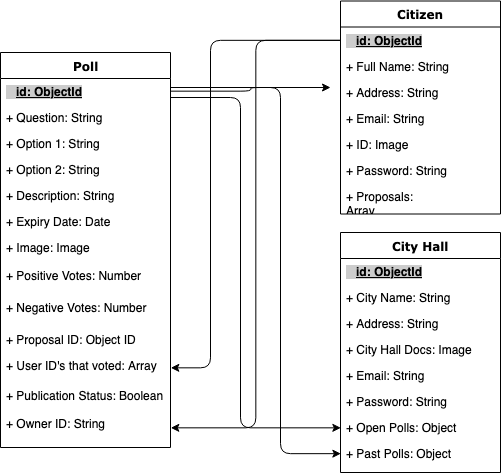
Earlier version of the draw.io export staff/lluis-agusti/democratum/doc/images/data-model.png (b00tc4mp/skylab-bootcamp-201907). Source tidied: cells renumbered, new cells last; positions are measured from the earlier drawing's top-left corner, leaving out a move shared by most shapes.
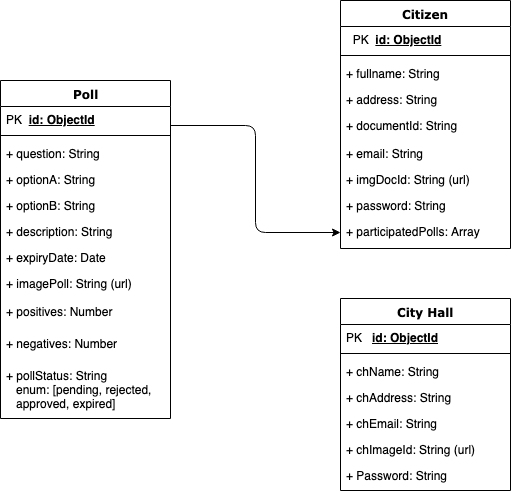
Above is the later version.

Commit message:
update data model

The edit, as a diff of the source:
```diff
@@ -3,128 +3,99 @@
     <mxCell id="0" />
     <mxCell id="1" parent="0" />
     <mxCell id="2" value="Citizen" style="swimlane;html=1;fontStyle=1;align=center;verticalAlign=top;horizontal=1;startSize=26;swimlaneFillColor=#ffffff;rounded=0;shadow=0;comic=0;labelBackgroundColor=none;strokeColor=#000000;strokeWidth=1;fillColor=none;fontFamily=Verdana;fontSize=12;fontColor=#000000;" parent="1" vertex="1">
-      <mxGeometry x="340" y="-0.5" width="160" height="213" as="geometry" />
+      <mxGeometry x="340" y="-29" width="170" height="248" as="geometry" />
     </mxCell>
-    <mxCell id="3" value="&amp;nbsp; &amp;nbsp;&lt;b&gt;&lt;u&gt;id: ObjectId&lt;/u&gt;&lt;/b&gt;" style="text;html=1;strokeColor=none;fillColor=none;align=left;verticalAlign=top;spacingLeft=4;spacingRight=4;whiteSpace=wrap;overflow=hidden;points=[[0,0.5],[1,0.5]];portConstraint=eastwest;rounded=0;labelBackgroundColor=#CCCCCC;" parent="2" vertex="1">
-      <mxGeometry y="26" width="160" height="26" as="geometry" />
+    <mxCell id="3" value="&lt;span style=&quot;background-color: rgb(255 , 255 , 255)&quot;&gt;&amp;nbsp; PK&amp;nbsp;&amp;nbsp;&lt;b&gt;&lt;u&gt;id: ObjectId&lt;/u&gt;&lt;/b&gt;&lt;/span&gt;" style="text;html=1;strokeColor=none;fillColor=none;align=left;verticalAlign=top;spacingLeft=4;spacingRight=4;whiteSpace=wrap;overflow=hidden;points=[[0,0.5],[1,0.5]];portConstraint=eastwest;rounded=0;labelBackgroundColor=#CCCCCC;" parent="2" vertex="1">
+      <mxGeometry y="26" width="170" height="24" as="geometry" />
     </mxCell>
+    <mxCell id="38" style="line;strokeWidth=1;html=1;perimeter=backbonePerimeter;" parent="2" vertex="1">
+      <mxGeometry y="50" width="170" height="10" as="geometry" />
+    </mxCell>
-    <mxCell id="4" value="+ Full Name: String" style="text;html=1;strokeColor=none;fillColor=none;align=left;verticalAlign=top;spacingLeft=4;spacingRight=4;whiteSpace=wrap;overflow=hidden;" parent="2" vertex="1">
-      <mxGeometry y="52" width="160" height="26" as="geometry" />
+    <mxCell id="4" value="+ fullname: String" style="text;html=1;strokeColor=none;fillColor=none;align=left;verticalAlign=top;spacingLeft=4;spacingRight=4;whiteSpace=wrap;overflow=hidden;" parent="2" vertex="1">
+      <mxGeometry y="60" width="170" height="26" as="geometry" />
     </mxCell>
-    <mxCell id="5" value="+ Address: String" style="text;html=1;strokeColor=none;fillColor=none;align=left;verticalAlign=top;spacingLeft=4;spacingRight=4;whiteSpace=wrap;overflow=hidden;" parent="2" vertex="1">
-      <mxGeometry y="78" width="160" height="26" as="geometry" />
+    <mxCell id="5" value="+ address: String" style="text;html=1;strokeColor=none;fillColor=none;align=left;verticalAlign=top;spacingLeft=4;spacingRight=4;whiteSpace=wrap;overflow=hidden;" parent="2" vertex="1">
+      <mxGeometry y="86" width="170" height="26" as="geometry" />
     </mxCell>
+    <mxCell id="9" value="+ documentId: String" style="text;html=1;strokeColor=none;fillColor=none;align=left;verticalAlign=top;spacingLeft=4;spacingRight=4;whiteSpace=wrap;overflow=hidden;" parent="2" vertex="1">
+      <mxGeometry y="112" width="170" height="28" as="geometry" />
+    </mxCell>
-    <mxCell id="6" value="+ Email: String" style="text;html=1;strokeColor=none;fillColor=none;align=left;verticalAlign=top;spacingLeft=4;spacingRight=4;whiteSpace=wrap;overflow=hidden;" parent="2" vertex="1">
-      <mxGeometry y="104" width="160" height="26" as="geometry" />
+    <mxCell id="6" value="+ email: String" style="text;html=1;strokeColor=none;fillColor=none;align=left;verticalAlign=top;spacingLeft=4;spacingRight=4;whiteSpace=wrap;overflow=hidden;" parent="2" vertex="1">
+      <mxGeometry y="140" width="170" height="26" as="geometry" />
     </mxCell>
-    <mxCell id="7" value="+ ID: Image" style="text;html=1;strokeColor=none;fillColor=none;align=left;verticalAlign=top;spacingLeft=4;spacingRight=4;whiteSpace=wrap;overflow=hidden;" parent="2" vertex="1">
-      <mxGeometry y="130" width="160" height="26" as="geometry" />
+    <mxCell id="7" value="+ imgDocId: String (url)" style="text;html=1;strokeColor=none;fillColor=none;align=left;verticalAlign=top;spacingLeft=4;spacingRight=4;whiteSpace=wrap;overflow=hidden;" parent="2" vertex="1">
+      <mxGeometry y="166" width="170" height="26" as="geometry" />
     </mxCell>
-    <mxCell id="8" value="+ Password: String" style="text;html=1;strokeColor=none;fillColor=none;align=left;verticalAlign=top;spacingLeft=4;spacingRight=4;whiteSpace=wrap;overflow=hidden;" parent="2" vertex="1">
-      <mxGeometry y="156" width="160" height="26" as="geometry" />
+    <mxCell id="8" value="+ password: String" style="text;html=1;strokeColor=none;fillColor=none;align=left;verticalAlign=top;spacingLeft=4;spacingRight=4;whiteSpace=wrap;overflow=hidden;" parent="2" vertex="1">
+      <mxGeometry y="192" width="170" height="26" as="geometry" />
     </mxCell>
-    <mxCell id="9" value="+ Proposals: Array" style="text;html=1;strokeColor=none;fillColor=none;align=left;verticalAlign=top;spacingLeft=4;spacingRight=4;whiteSpace=wrap;overflow=hidden;" parent="2" vertex="1">
-      <mxGeometry y="182" width="160" height="28" as="geometry" />
-    </mxCell>
+    <mxCell id="39" value="+ participatedPolls: Array" style="text;html=1;strokeColor=none;fillColor=none;align=left;verticalAlign=top;spacingLeft=4;spacingRight=4;whiteSpace=wrap;overflow=hidden;points=[[0,0.5],[1,0.5]];portConstraint=eastwest;" parent="2" vertex="1">
+      <mxGeometry y="218" width="170" height="28" as="geometry" />
+    </mxCell>
     <mxCell id="10" value="Poll" style="swimlane;html=1;fontStyle=1;align=center;verticalAlign=top;horizontal=1;startSize=26;swimlaneFillColor=#ffffff;rounded=0;shadow=0;comic=0;labelBackgroundColor=none;strokeColor=#000000;strokeWidth=1;fillColor=none;fontFamily=Verdana;fontSize=12;fontColor=#000000;" parent="1" vertex="1">
-      <mxGeometry y="51" width="170" height="395" as="geometry" />
+      <mxGeometry y="51" width="170" height="338" as="geometry" />
     </mxCell>
-    <mxCell id="11" value="&amp;nbsp; &amp;nbsp;&lt;b&gt;&lt;u&gt;id: ObjectId&lt;/u&gt;&lt;/b&gt;" style="text;html=1;strokeColor=none;fillColor=none;align=left;verticalAlign=top;spacingLeft=4;spacingRight=4;whiteSpace=wrap;overflow=hidden;points=[[0,0.5],[1,0.5]];portConstraint=eastwest;rounded=0;labelBackgroundColor=#CCCCCC;" parent="10" vertex="1">
-      <mxGeometry y="26" width="170" height="26" as="geometry" />
+    <mxCell id="11" value="&lt;span style=&quot;background-color: rgb(255 , 255 , 255)&quot;&gt;PK&amp;nbsp;&amp;nbsp;&lt;b&gt;&lt;u&gt;id: ObjectId&lt;/u&gt;&lt;/b&gt;&lt;/span&gt;" style="text;html=1;strokeColor=none;fillColor=none;align=left;verticalAlign=top;spacingLeft=4;spacingRight=4;whiteSpace=wrap;overflow=hidden;points=[[0,0.5],[1,0.5]];portConstraint=eastwest;rounded=0;labelBackgroundColor=#CCCCCC;" parent="10" vertex="1">
+      <mxGeometry y="26" width="170" height="24" as="geometry" />
     </mxCell>
+    <mxCell id="40" style="line;strokeWidth=1;html=1;perimeter=backbonePerimeter;" parent="10" vertex="1">
+      <mxGeometry y="50" width="170" height="10" as="geometry" />
+    </mxCell>
-    <mxCell id="12" value="+ Question: String" style="text;html=1;strokeColor=none;fillColor=none;align=left;verticalAlign=top;spacingLeft=4;spacingRight=4;whiteSpace=wrap;overflow=hidden;" parent="10" vertex="1">
-      <mxGeometry y="52" width="170" height="26" as="geometry" />
+    <mxCell id="12" value="+ question: String" style="text;html=1;strokeColor=none;fillColor=none;align=left;verticalAlign=top;spacingLeft=4;spacingRight=4;whiteSpace=wrap;overflow=hidden;" parent="10" vertex="1">
+      <mxGeometry y="60" width="170" height="26" as="geometry" />
     </mxCell>
-    <mxCell id="13" value="+ Option 1: String" style="text;html=1;strokeColor=none;fillColor=none;align=left;verticalAlign=top;spacingLeft=4;spacingRight=4;whiteSpace=wrap;overflow=hidden;" parent="10" vertex="1">
-      <mxGeometry y="78" width="170" height="26" as="geometry" />
+    <mxCell id="13" value="+ optionA: String" style="text;html=1;strokeColor=none;fillColor=none;align=left;verticalAlign=top;spacingLeft=4;spacingRight=4;whiteSpace=wrap;overflow=hidden;" parent="10" vertex="1">
+      <mxGeometry y="86" width="170" height="26" as="geometry" />
     </mxCell>
-    <mxCell id="14" value="+ Option 2: String" style="text;html=1;strokeColor=none;fillColor=none;align=left;verticalAlign=top;spacingLeft=4;spacingRight=4;whiteSpace=wrap;overflow=hidden;" parent="10" vertex="1">
-      <mxGeometry y="104" width="170" height="26" as="geometry" />
+    <mxCell id="14" value="+ optionB: String" style="text;html=1;strokeColor=none;fillColor=none;align=left;verticalAlign=top;spacingLeft=4;spacingRight=4;whiteSpace=wrap;overflow=hidden;" parent="10" vertex="1">
+      <mxGeometry y="112" width="170" height="26" as="geometry" />
     </mxCell>
-    <mxCell id="15" value="+ Description: String" style="text;html=1;strokeColor=none;fillColor=none;align=left;verticalAlign=top;spacingLeft=4;spacingRight=4;whiteSpace=wrap;overflow=hidden;" parent="10" vertex="1">
-      <mxGeometry y="130" width="170" height="26" as="geometry" />
+    <mxCell id="15" value="+ description: String" style="text;html=1;strokeColor=none;fillColor=none;align=left;verticalAlign=top;spacingLeft=4;spacingRight=4;whiteSpace=wrap;overflow=hidden;" parent="10" vertex="1">
+      <mxGeometry y="138" width="170" height="26" as="geometry" />
     </mxCell>
-    <mxCell id="16" value="+ Expiry Date: Date" style="text;html=1;strokeColor=none;fillColor=none;align=left;verticalAlign=top;spacingLeft=4;spacingRight=4;whiteSpace=wrap;overflow=hidden;" parent="10" vertex="1">
-      <mxGeometry y="156" width="170" height="26" as="geometry" />
+    <mxCell id="16" value="+ expiryDate: Date" style="text;html=1;strokeColor=none;fillColor=none;align=left;verticalAlign=top;spacingLeft=4;spacingRight=4;whiteSpace=wrap;overflow=hidden;" parent="10" vertex="1">
+      <mxGeometry y="164" width="170" height="26" as="geometry" />
     </mxCell>
-    <mxCell id="17" value="+ Image: Image" style="text;html=1;strokeColor=none;fillColor=none;align=left;verticalAlign=top;spacingLeft=4;spacingRight=4;whiteSpace=wrap;overflow=hidden;" parent="10" vertex="1">
-      <mxGeometry y="182" width="170" height="28" as="geometry" />
+    <mxCell id="17" value="+ imagePoll: String (url)" style="text;html=1;strokeColor=none;fillColor=none;align=left;verticalAlign=top;spacingLeft=4;spacingRight=4;whiteSpace=wrap;overflow=hidden;" parent="10" vertex="1">
+      <mxGeometry y="190" width="170" height="28" as="geometry" />
     </mxCell>
-    <mxCell id="18" value="+ Positive Votes: Number" style="text;html=1;strokeColor=none;fillColor=none;align=left;verticalAlign=top;spacingLeft=4;spacingRight=4;whiteSpace=wrap;overflow=hidden;" parent="10" vertex="1">
-      <mxGeometry y="210" width="170" height="32" as="geometry" />
+    <mxCell id="18" value="+ positives: Number" style="text;html=1;strokeColor=none;fillColor=none;align=left;verticalAlign=top;spacingLeft=4;spacingRight=4;whiteSpace=wrap;overflow=hidden;" parent="10" vertex="1">
+      <mxGeometry y="218" width="170" height="32" as="geometry" />
     </mxCell>
-    <mxCell id="19" value="+ Negative Votes: Number" style="text;html=1;strokeColor=none;fillColor=none;align=left;verticalAlign=top;spacingLeft=4;spacingRight=4;whiteSpace=wrap;overflow=hidden;" parent="10" vertex="1">
-      <mxGeometry y="242" width="170" height="32" as="geometry" />
+    <mxCell id="19" value="+ negatives: Number" style="text;html=1;strokeColor=none;fillColor=none;align=left;verticalAlign=top;spacingLeft=4;spacingRight=4;whiteSpace=wrap;overflow=hidden;" parent="10" vertex="1">
+      <mxGeometry y="250" width="170" height="32" as="geometry" />
     </mxCell>
-    <mxCell id="20" value="+ Proposal ID: Object ID" style="text;html=1;strokeColor=none;fillColor=none;align=left;verticalAlign=top;spacingLeft=4;spacingRight=4;whiteSpace=wrap;overflow=hidden;" parent="10" vertex="1">
-      <mxGeometry y="274" width="170" height="26" as="geometry" />
-    </mxCell>
-    <mxCell id="21" value="+ User ID's that voted: Array" style="text;html=1;strokeColor=none;fillColor=none;align=left;verticalAlign=top;spacingLeft=4;spacingRight=4;whiteSpace=wrap;overflow=hidden;points=[[0,0.5],[1,0.5]];portConstraint=eastwest;" parent="10" vertex="1">
-      <mxGeometry y="300" width="170" height="30" as="geometry" />
-    </mxCell>
-    <mxCell id="22" value="+ Publication Status: Boolean" style="text;html=1;strokeColor=none;fillColor=none;align=left;verticalAlign=top;spacingLeft=4;spacingRight=4;whiteSpace=wrap;overflow=hidden;" parent="10" vertex="1">
-      <mxGeometry y="330" width="170" height="28" as="geometry" />
+    <mxCell id="22" value="+ pollStatus: String&lt;br&gt;&amp;nbsp; &amp;nbsp;enum: [pending, rejected,&amp;nbsp; &amp;nbsp; &amp;nbsp; &amp;nbsp;approved, expired]" style="text;html=1;strokeColor=none;fillColor=none;align=left;verticalAlign=top;spacingLeft=4;spacingRight=4;whiteSpace=wrap;overflow=hidden;" parent="10" vertex="1">
+      <mxGeometry y="282" width="170" height="56" as="geometry" />
     </mxCell>
-    <mxCell id="23" value="+ Owner ID: String" style="text;html=1;strokeColor=none;fillColor=none;align=left;verticalAlign=top;spacingLeft=4;spacingRight=4;whiteSpace=wrap;overflow=hidden;points=[[0,0.5],[1,0.5]];portConstraint=eastwest;" parent="10" vertex="1">
-      <mxGeometry y="358" width="170" height="34" as="geometry" />
-    </mxCell>
     <mxCell id="24" value="City Hall" style="swimlane;html=1;fontStyle=1;align=center;verticalAlign=top;horizontal=1;startSize=26;swimlaneFillColor=#ffffff;rounded=0;shadow=0;comic=0;labelBackgroundColor=none;strokeColor=#000000;strokeWidth=1;fillColor=none;fontFamily=Verdana;fontSize=12;fontColor=#000000;" parent="1" vertex="1">
-      <mxGeometry x="340" y="231" width="160" height="240" as="geometry" />
+      <mxGeometry x="340" y="269" width="170" height="192" as="geometry" />
     </mxCell>
-    <mxCell id="25" value="&amp;nbsp; &amp;nbsp;&lt;b&gt;&lt;u&gt;id: ObjectId&lt;/u&gt;&lt;/b&gt;" style="text;html=1;strokeColor=none;fillColor=none;align=left;verticalAlign=top;spacingLeft=4;spacingRight=4;whiteSpace=wrap;overflow=hidden;rounded=0;labelBackgroundColor=#CCCCCC;" parent="24" vertex="1">
-      <mxGeometry y="26" width="160" height="26" as="geometry" />
+    <mxCell id="25" value="&lt;span style=&quot;background-color: rgb(255 , 255 , 255)&quot;&gt;PK&amp;nbsp; &amp;nbsp;&lt;b&gt;&lt;u&gt;id: ObjectId&lt;/u&gt;&lt;/b&gt;&lt;/span&gt;" style="text;html=1;strokeColor=none;fillColor=none;align=left;verticalAlign=top;spacingLeft=4;spacingRight=4;whiteSpace=wrap;overflow=hidden;rounded=0;labelBackgroundColor=#CCCCCC;" parent="24" vertex="1">
+      <mxGeometry y="26" width="170" height="24" as="geometry" />
     </mxCell>
+    <mxCell id="41" style="line;strokeWidth=1;html=1;perimeter=backbonePerimeter;" parent="24" vertex="1">
+      <mxGeometry y="50" width="170" height="10" as="geometry" />
+    </mxCell>
-    <mxCell id="26" value="+ City Name: String" style="text;html=1;strokeColor=none;fillColor=none;align=left;verticalAlign=top;spacingLeft=4;spacingRight=4;whiteSpace=wrap;overflow=hidden;" parent="24" vertex="1">
-      <mxGeometry y="52" width="160" height="26" as="geometry" />
+    <mxCell id="26" value="+ chName: String" style="text;html=1;strokeColor=none;fillColor=none;align=left;verticalAlign=top;spacingLeft=4;spacingRight=4;whiteSpace=wrap;overflow=hidden;" parent="24" vertex="1">
+      <mxGeometry y="60" width="170" height="26" as="geometry" />
     </mxCell>
-    <mxCell id="27" value="+ Address: String" style="text;html=1;strokeColor=none;fillColor=none;align=left;verticalAlign=top;spacingLeft=4;spacingRight=4;whiteSpace=wrap;overflow=hidden;" parent="24" vertex="1">
-      <mxGeometry y="78" width="160" height="26" as="geometry" />
+    <mxCell id="27" value="+ chAddress: String" style="text;html=1;strokeColor=none;fillColor=none;align=left;verticalAlign=top;spacingLeft=4;spacingRight=4;whiteSpace=wrap;overflow=hidden;" parent="24" vertex="1">
+      <mxGeometry y="86" width="170" height="26" as="geometry" />
     </mxCell>
+    <mxCell id="29" value="+ chEmail: String" style="text;html=1;strokeColor=none;fillColor=none;align=left;verticalAlign=top;spacingLeft=4;spacingRight=4;whiteSpace=wrap;overflow=hidden;" parent="24" vertex="1">
+      <mxGeometry y="112" width="170" height="26" as="geometry" />
+    </mxCell>
-    <mxCell id="28" value="+ City Hall Docs: Image" style="text;html=1;strokeColor=none;fillColor=none;align=left;verticalAlign=top;spacingLeft=4;spacingRight=4;whiteSpace=wrap;overflow=hidden;" parent="24" vertex="1">
-      <mxGeometry y="104" width="160" height="26" as="geometry" />
+    <mxCell id="28" value="+ chImageId: String (url)" style="text;html=1;strokeColor=none;fillColor=none;align=left;verticalAlign=top;spacingLeft=4;spacingRight=4;whiteSpace=wrap;overflow=hidden;" parent="24" vertex="1">
+      <mxGeometry y="138" width="170" height="26" as="geometry" />
     </mxCell>
-    <mxCell id="29" value="+ Email: String" style="text;html=1;strokeColor=none;fillColor=none;align=left;verticalAlign=top;spacingLeft=4;spacingRight=4;whiteSpace=wrap;overflow=hidden;" parent="24" vertex="1">
-      <mxGeometry y="130" width="160" height="26" as="geometry" />
-    </mxCell>
     <mxCell id="30" value="+ Password: String" style="text;html=1;strokeColor=none;fillColor=none;align=left;verticalAlign=top;spacingLeft=4;spacingRight=4;whiteSpace=wrap;overflow=hidden;" parent="24" vertex="1">
-      <mxGeometry y="156" width="160" height="26" as="geometry" />
+      <mxGeometry y="164" width="170" height="26" as="geometry" />
     </mxCell>
-    <mxCell id="31" value="+ Open Polls: Object" style="text;html=1;strokeColor=none;fillColor=none;align=left;verticalAlign=top;spacingLeft=4;spacingRight=4;whiteSpace=wrap;overflow=hidden;points=[[0,0.5],[1,0.5]];portConstraint=eastwest;" parent="24" vertex="1">
-      <mxGeometry y="182" width="160" height="26" as="geometry" />
-    </mxCell>
-    <mxCell id="32" value="+ Past Polls: Object" style="text;html=1;strokeColor=none;fillColor=none;align=left;verticalAlign=top;spacingLeft=4;spacingRight=4;whiteSpace=wrap;overflow=hidden;points=[[0,0.5],[1,0.5]];portConstraint=eastwest;" parent="24" vertex="1">
-      <mxGeometry y="208" width="160" height="26" as="geometry" />
-    </mxCell>
-    <mxCell id="33" style="edgeStyle=elbowEdgeStyle;elbow=horizontal;endArrow=classic;html=1;exitX=0;exitY=0.5;exitDx=0;exitDy=0;entryX=1;entryY=0.5;entryDx=0;entryDy=0;" parent="1" edge="1" source="3" target="23">
-      <mxGeometry relative="1" as="geometry" />
-    </mxCell>
-    <mxCell id="34" style="edgeStyle=elbowEdgeStyle;elbow=horizontal;endArrow=classic;html=1;entryX=1;entryY=0.5;entryDx=0;entryDy=0;exitX=0;exitY=0.5;exitDx=0;exitDy=0;" parent="1" edge="1" source="3" target="21">
-      <mxGeometry relative="1" as="geometry">
-        <Array as="points">
-          <mxPoint x="210" y="166" />
-        </Array>
-      </mxGeometry>
-    </mxCell>
-    <mxCell id="35" style="edgeStyle=elbowEdgeStyle;elbow=horizontal;endArrow=classic;html=1;exitX=1;exitY=0.5;exitDx=0;exitDy=0;" parent="1" edge="1" source="11">
-      <mxGeometry relative="1" as="geometry">
-        <mxPoint x="330" y="86" as="targetPoint" />
-      </mxGeometry>
-    </mxCell>
-    <mxCell id="36" style="edgeStyle=elbowEdgeStyle;elbow=horizontal;endArrow=classic;html=1;entryX=0;entryY=0.5;entryDx=0;entryDy=0;" parent="1" edge="1" target="31">
-      <mxGeometry relative="1" as="geometry">
-        <mxPoint x="170" y="96" as="sourcePoint" />
-        <Array as="points">
-          <mxPoint x="240" y="216" />
-        </Array>
-      </mxGeometry>
-    </mxCell>
-    <mxCell id="37" style="edgeStyle=elbowEdgeStyle;elbow=horizontal;endArrow=classic;html=1;entryX=0;entryY=0.5;entryDx=0;entryDy=0;" parent="1" edge="1" target="32">
-      <mxGeometry relative="1" as="geometry">
-        <mxPoint x="170" y="86" as="sourcePoint" />
-        <Array as="points">
-          <mxPoint x="280" y="296" />
-        </Array>
-      </mxGeometry>
-    </mxCell>
+    <mxCell id="42" style="edgeStyle=elbowEdgeStyle;elbow=horizontal;endArrow=classic;html=1;entryX=0;entryY=0.512;entryDx=0;entryDy=0;entryPerimeter=0;" parent="1" edge="1" target="39">
+      <mxGeometry relative="1" as="geometry">
+        <mxPoint x="170" y="96" as="sourcePoint" />
+      </mxGeometry>
+    </mxCell>
   </root>
 </mxGraphModel>
```
